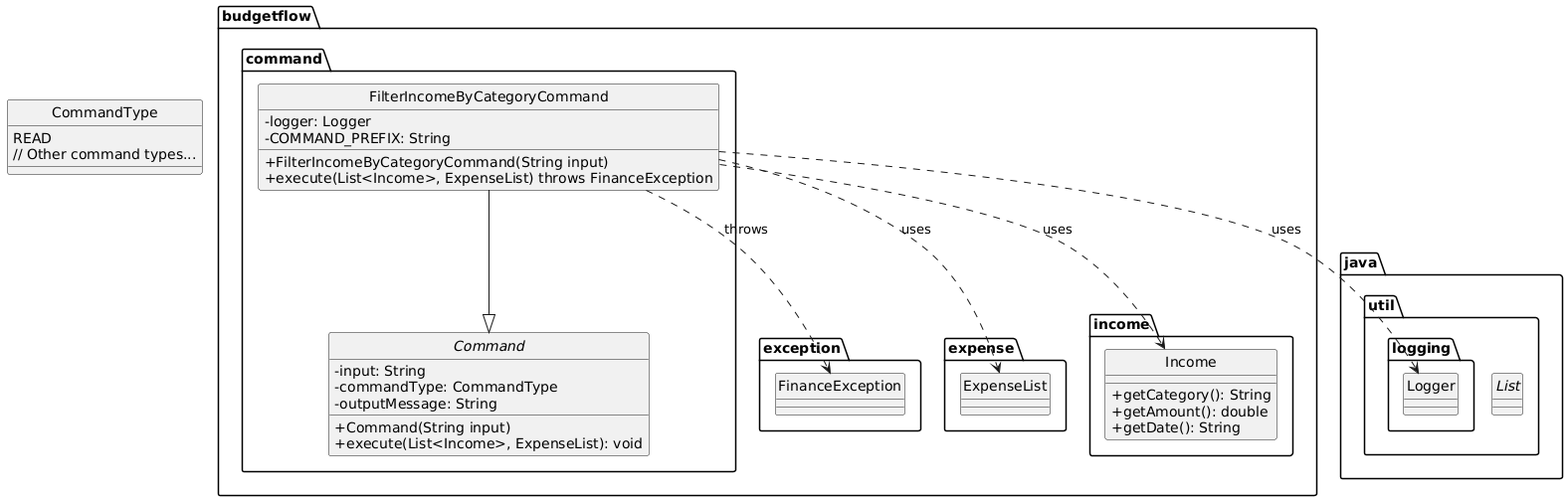
This is docs/diagrams/FilterIncomeByCategoryCommandClass.png from thienkimtranhoang/tp, a PlantUML export, as it was before one commit.
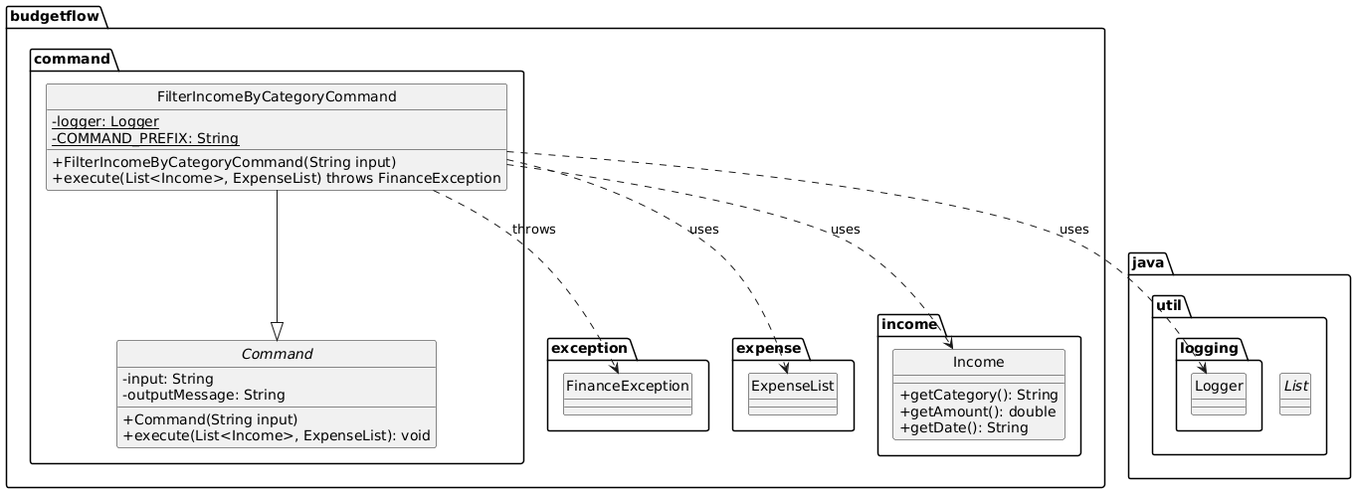
After the change.

The edit, as a diff of the source:
```diff
@@ -5,15 +5,14 @@
 package budgetflow.command {
     abstract class Command {
         - input: String
-        - commandType: CommandType
         - outputMessage: String
         + Command(String input)
         + execute(List<Income>, ExpenseList): void
     }
 
     class FilterIncomeByCategoryCommand {
-        - logger: Logger
-        - COMMAND_PREFIX: String
+        - {static} logger: Logger
+        - {static} COMMAND_PREFIX: String
         + FilterIncomeByCategoryCommand(String input)
         + execute(List<Income>, ExpenseList) throws FinanceException
     }
@@ -41,11 +40,6 @@
     interface List
 }
 
-enum CommandType {
-    READ
-    // Other command types...
-}
-
 package java.util.logging {
     class Logger
 }
```
